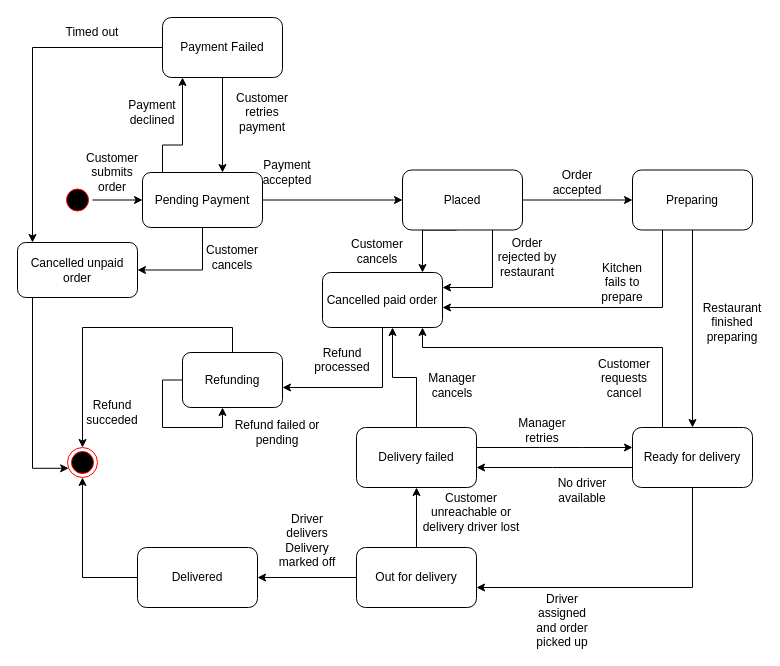
Lukap42/SWE1_Project keeps this draw.io diagram as State Diagrams/Order states.drawio. Above is the earlier version. Source tidied: cells renumbered, new cells numbered last; positions are measured from the earlier drawing's top-left corner, leaving out a move shared by most shapes. Both pictures are drawn from the tidied source at 100%, with x=0, y=0 at pixel (17, 17).
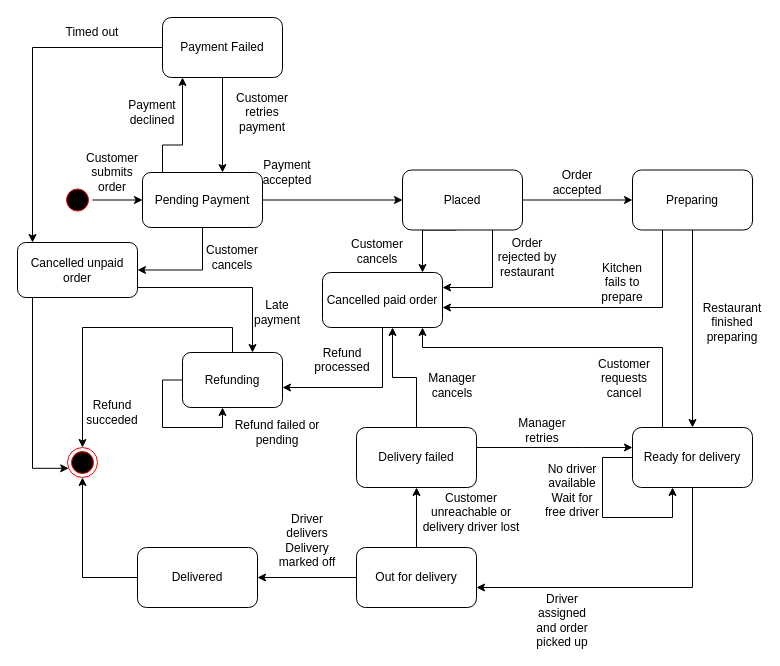
The same diagram, later.

Unchanged cells that the change refers to:
```xml
<mxCell id="23" value="Ready for delivery" style="rounded=1;whiteSpace=wrap;html=1;roundedPerimeter=1;strokeColor=light-dark(#000000,#000000);" parent="1" vertex="1">
  <mxGeometry x="615" y="410" width="120" height="60" as="geometry" />
</mxCell>
<mxCell id="43" value="Delivery failed" style="rounded=1;whiteSpace=wrap;html=1;roundedPerimeter=1;strokeColor=light-dark(#000000,#000000);" parent="1" vertex="1">
  <mxGeometry x="339" y="410" width="120" height="60" as="geometry" />
</mxCell>
<mxCell id="48" value="Refunding" style="rounded=1;whiteSpace=wrap;html=1;roundedPerimeter=1;strokeColor=light-dark(#000000,#000000);" parent="1" vertex="1">
  <mxGeometry x="165" y="335" width="100" height="55" as="geometry" />
</mxCell>
<mxCell id="53" value="Cancelled unpaid order" style="rounded=1;whiteSpace=wrap;html=1;roundedPerimeter=1;strokeColor=light-dark(#000000,#000000);" parent="1" vertex="1">
  <mxGeometry y="225" width="120" height="55" as="geometry" />
</mxCell>
```

Change to the diagram source:
```diff
@@
-    <mxCell id="22" style="edgeStyle=orthogonalEdgeStyle;rounded=0;jettySize=auto;html=1;defaultLabelBackgroundColor=page;strokeColor=light-dark(#000000,#000000);" parent="1" edge="1" source="23" target="43">
-      <mxGeometry relative="1" as="geometry">
+    <mxCell id="22" style="edgeStyle=orthogonalEdgeStyle;rounded=0;orthogonalLoop=1;jettySize=auto;html=1;defaultLabelBackgroundColor=page;strokeColor=light-dark(#000000,#000000);" parent="1" edge="1" source="23" target="23">
+      <mxGeometry x="-0.68" relative="1" as="geometry">
         <Array as="points">
-          <mxPoint x="535" y="450" />
-          <mxPoint x="535" y="450" />
+          <mxPoint x="585" y="440" />
+          <mxPoint x="585" y="500" />
+          <mxPoint x="655" y="500" />
         </Array>
       </mxGeometry>
     </mxCell>
@@
+    <mxCell id="59" style="edgeStyle=orthogonalEdgeStyle;rounded=0;jettySize=auto;html=1;defaultLabelBackgroundColor=page;strokeColor=light-dark(#000000,#000000);" parent="1" edge="1" source="53" target="48">
+      <mxGeometry x="-0.11" relative="1" as="geometry">
+        <Array as="points">
+          <mxPoint x="235" y="270" />
+        </Array>
+      </mxGeometry>
+    </mxCell>
@@
-    <mxCell id="58" value="No driver available" style="text;html=1;whiteSpace=wrap;strokeColor=none;fillColor=none;align=center;verticalAlign=middle;rounded=0;fontColor=light-dark(#000000,#000000);" parent="1" vertex="1">
-      <mxGeometry x="535" y="450" width="60" height="45" as="geometry" />
+    <mxCell id="58" value="&lt;div&gt;No driver available&lt;/div&gt;&lt;div&gt;Wait for free driver&lt;/div&gt;" style="text;html=1;whiteSpace=wrap;strokeColor=none;fillColor=none;align=center;verticalAlign=middle;rounded=0;fontColor=light-dark(#000000,#000000);" parent="1" vertex="1">
+      <mxGeometry x="525" y="450" width="60" height="45" as="geometry" />
     </mxCell>
+    <mxCell id="60" value="Late payment" style="text;html=1;whiteSpace=wrap;strokeColor=none;fillColor=none;align=center;verticalAlign=middle;rounded=0;fontColor=light-dark(#000000,#000000);" parent="1" vertex="1">
+      <mxGeometry x="230" y="280" width="60" height="30" as="geometry" />
+    </mxCell>
```
